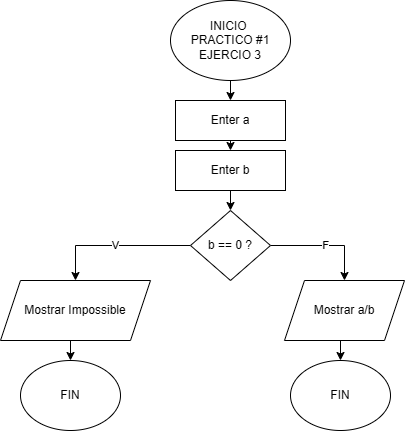
This is Pract1 Eje3.drawio.png from D4ri4na/DiagramasDeFlujo, a draw.io export, as it was before one commit. Source tidied: cells renumbered, new cells last; positions are measured from the earlier drawing's top-left corner, leaving out a move shared by most shapes. Its diagram source:
```xml
<mxGraphModel>
  <root>
    <mxCell id="0" />
    <mxCell id="1" parent="0" />
    <mxCell id="2" style="edgeStyle=orthogonalEdgeStyle;rounded=0;jettySize=auto;html=1;exitX=0.5;exitY=1;exitDx=0;exitDy=0;entryX=0.5;entryY=0;entryDx=0;entryDy=0;" parent="1" edge="1" source="3" target="5">
      <mxGeometry relative="1" as="geometry" />
    </mxCell>
    <mxCell id="3" value="INICIO&amp;nbsp;&lt;div&gt;PRACTICO #1&lt;br&gt;&lt;div&gt;EJERCIO 3&lt;/div&gt;&lt;/div&gt;" style="ellipse;whiteSpace=wrap;html=1;" parent="1" vertex="1">
      <mxGeometry x="170" width="120" height="80" as="geometry" />
    </mxCell>
    <mxCell id="4" style="edgeStyle=orthogonalEdgeStyle;rounded=0;jettySize=auto;html=1;exitX=0.5;exitY=1;exitDx=0;exitDy=0;entryX=0.5;entryY=0;entryDx=0;entryDy=0;" parent="1" edge="1" source="5" target="6">
      <mxGeometry relative="1" as="geometry" />
    </mxCell>
    <mxCell id="5" value="Enter a" style="rounded=0;whiteSpace=wrap;html=1;" parent="1" vertex="1">
      <mxGeometry x="175" y="100" width="110" height="40" as="geometry" />
    </mxCell>
    <mxCell id="6" value="Enter b" style="rounded=0;whiteSpace=wrap;html=1;" parent="1" vertex="1">
      <mxGeometry x="175" y="150" width="110" height="40" as="geometry" />
    </mxCell>
    <mxCell id="7" style="edgeStyle=orthogonalEdgeStyle;rounded=0;jettySize=auto;html=1;exitX=0.5;exitY=1;exitDx=0;exitDy=0;entryX=0.5;entryY=0;entryDx=0;entryDy=0;" parent="1" edge="1" source="6" target="10">
      <mxGeometry relative="1" as="geometry" />
    </mxCell>
    <mxCell id="8" value="V" style="edgeStyle=orthogonalEdgeStyle;rounded=0;jettySize=auto;html=1;exitX=0;exitY=0.5;exitDx=0;exitDy=0;entryX=0.5;entryY=0;entryDx=0;entryDy=0;" parent="1" edge="1" source="10" target="12">
      <mxGeometry relative="1" as="geometry" />
    </mxCell>
    <mxCell id="9" value="F" style="edgeStyle=orthogonalEdgeStyle;rounded=0;jettySize=auto;html=1;exitX=1;exitY=0.5;exitDx=0;exitDy=0;entryX=0.5;entryY=0;entryDx=0;entryDy=0;" parent="1" edge="1" source="10" target="15">
      <mxGeometry relative="1" as="geometry" />
    </mxCell>
    <mxCell id="10" value="b == 0 ?" style="rhombus;whiteSpace=wrap;html=1;" parent="1" vertex="1">
      <mxGeometry x="190" y="210" width="80" height="70" as="geometry" />
    </mxCell>
    <mxCell id="11" style="edgeStyle=orthogonalEdgeStyle;rounded=0;jettySize=auto;html=1;exitX=0.5;exitY=1;exitDx=0;exitDy=0;entryX=0.5;entryY=0;entryDx=0;entryDy=0;" parent="1" edge="1" source="12" target="13">
      <mxGeometry relative="1" as="geometry" />
    </mxCell>
    <mxCell id="12" value="Mostrar Impossible" style="shape=parallelogram;perimeter=parallelogramPerimeter;whiteSpace=wrap;html=1;fixedSize=1;" parent="1" vertex="1">
      <mxGeometry y="280" width="150" height="60" as="geometry" />
    </mxCell>
    <mxCell id="13" value="FIN" style="ellipse;whiteSpace=wrap;html=1;" parent="1" vertex="1">
      <mxGeometry x="20" y="360" width="100" height="70" as="geometry" />
    </mxCell>
    <mxCell id="14" style="edgeStyle=orthogonalEdgeStyle;rounded=0;jettySize=auto;html=1;exitX=0.5;exitY=1;exitDx=0;exitDy=0;entryX=0.5;entryY=0;entryDx=0;entryDy=0;" parent="1" edge="1" source="15" target="16">
      <mxGeometry relative="1" as="geometry" />
    </mxCell>
    <mxCell id="15" value="Mostrar a/b" style="shape=parallelogram;perimeter=parallelogramPerimeter;whiteSpace=wrap;html=1;fixedSize=1;" parent="1" vertex="1">
      <mxGeometry x="284" y="280" width="120" height="60" as="geometry" />
    </mxCell>
    <mxCell id="16" value="FIN" style="ellipse;whiteSpace=wrap;html=1;" parent="1" vertex="1">
      <mxGeometry x="290" y="360" width="100" height="70" as="geometry" />
    </mxCell>
  </root>
</mxGraphModel>
```
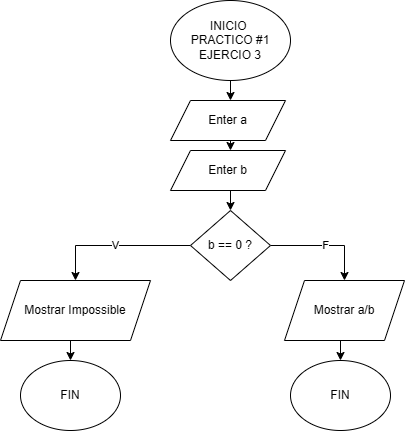
The same file after the commit.

The edit, as a diff of the source:
```diff
@@ -2,23 +2,24 @@
   <root>
     <mxCell id="0" />
     <mxCell id="1" parent="0" />
-    <mxCell id="2" style="edgeStyle=orthogonalEdgeStyle;rounded=0;jettySize=auto;html=1;exitX=0.5;exitY=1;exitDx=0;exitDy=0;entryX=0.5;entryY=0;entryDx=0;entryDy=0;" parent="1" edge="1" source="3" target="5">
-      <mxGeometry relative="1" as="geometry" />
+    <mxCell id="2" style="edgeStyle=orthogonalEdgeStyle;rounded=0;jettySize=auto;html=1;exitX=0.5;exitY=1;exitDx=0;exitDy=0;entryX=0.5;entryY=0;entryDx=0;entryDy=0;" parent="1" edge="1" source="3">
+      <mxGeometry relative="1" as="geometry">
+        <mxPoint x="230" y="100" as="targetPoint" />
+      </mxGeometry>
     </mxCell>
     <mxCell id="3" value="INICIO&amp;nbsp;&lt;div&gt;PRACTICO #1&lt;br&gt;&lt;div&gt;EJERCIO 3&lt;/div&gt;&lt;/div&gt;" style="ellipse;whiteSpace=wrap;html=1;" parent="1" vertex="1">
       <mxGeometry x="170" width="120" height="80" as="geometry" />
     </mxCell>
-    <mxCell id="4" style="edgeStyle=orthogonalEdgeStyle;rounded=0;jettySize=auto;html=1;exitX=0.5;exitY=1;exitDx=0;exitDy=0;entryX=0.5;entryY=0;entryDx=0;entryDy=0;" parent="1" edge="1" source="5" target="6">
-      <mxGeometry relative="1" as="geometry" />
+    <mxCell id="4" style="edgeStyle=orthogonalEdgeStyle;rounded=0;orthogonalLoop=1;jettySize=auto;html=1;exitX=0.5;exitY=1;exitDx=0;exitDy=0;entryX=0.5;entryY=0;entryDx=0;entryDy=0;" parent="1" edge="1">
+      <mxGeometry relative="1" as="geometry">
+        <mxPoint x="230" y="140" as="sourcePoint" />
+        <mxPoint x="230" y="150" as="targetPoint" />
+      </mxGeometry>
     </mxCell>
-    <mxCell id="5" value="Enter a" style="rounded=0;whiteSpace=wrap;html=1;" parent="1" vertex="1">
-      <mxGeometry x="175" y="100" width="110" height="40" as="geometry" />
-    </mxCell>
-    <mxCell id="6" value="Enter b" style="rounded=0;whiteSpace=wrap;html=1;" parent="1" vertex="1">
-      <mxGeometry x="175" y="150" width="110" height="40" as="geometry" />
-    </mxCell>
-    <mxCell id="7" style="edgeStyle=orthogonalEdgeStyle;rounded=0;jettySize=auto;html=1;exitX=0.5;exitY=1;exitDx=0;exitDy=0;entryX=0.5;entryY=0;entryDx=0;entryDy=0;" parent="1" edge="1" source="6" target="10">
-      <mxGeometry relative="1" as="geometry" />
+    <mxCell id="7" style="edgeStyle=orthogonalEdgeStyle;rounded=0;jettySize=auto;html=1;exitX=0.5;exitY=1;exitDx=0;exitDy=0;entryX=0.5;entryY=0;entryDx=0;entryDy=0;" parent="1" edge="1" target="10">
+      <mxGeometry relative="1" as="geometry">
+        <mxPoint x="230" y="190" as="sourcePoint" />
+      </mxGeometry>
     </mxCell>
     <mxCell id="8" value="V" style="edgeStyle=orthogonalEdgeStyle;rounded=0;jettySize=auto;html=1;exitX=0;exitY=0.5;exitDx=0;exitDy=0;entryX=0.5;entryY=0;entryDx=0;entryDy=0;" parent="1" edge="1" source="10" target="12">
       <mxGeometry relative="1" as="geometry" />
@@ -47,5 +48,11 @@
     <mxCell id="16" value="FIN" style="ellipse;whiteSpace=wrap;html=1;" parent="1" vertex="1">
       <mxGeometry x="290" y="360" width="100" height="70" as="geometry" />
     </mxCell>
+    <mxCell id="5" value="Enter a" style="shape=parallelogram;perimeter=parallelogramPerimeter;whiteSpace=wrap;html=1;fixedSize=1;" parent="1" vertex="1">
+      <mxGeometry x="170" y="100" width="115" height="40" as="geometry" />
+    </mxCell>
+    <mxCell id="6" value="Enter b" style="shape=parallelogram;perimeter=parallelogramPerimeter;whiteSpace=wrap;html=1;fixedSize=1;" parent="1" vertex="1">
+      <mxGeometry x="170" y="150" width="115" height="40" as="geometry" />
+    </mxCell>
   </root>
 </mxGraphModel>
```
